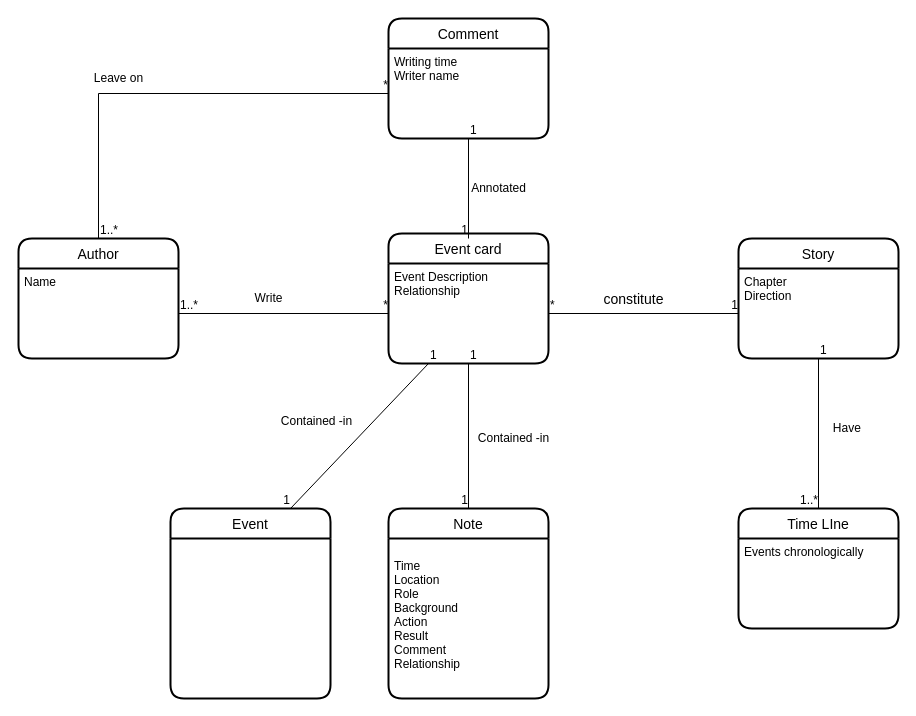
Earlier version of the draw.io diagram Document/Diagram/DomainModel.drawio (Fei-D20/D20_2nd_semester_final_exam_project). Source tidied: cells renumbered, new cells numbered last; positions are measured from the earlier drawing's top-left corner, leaving out a move shared by most shapes. Both pictures are drawn from the tidied source at 100%, with x=0, y=0 at pixel (18, 18).
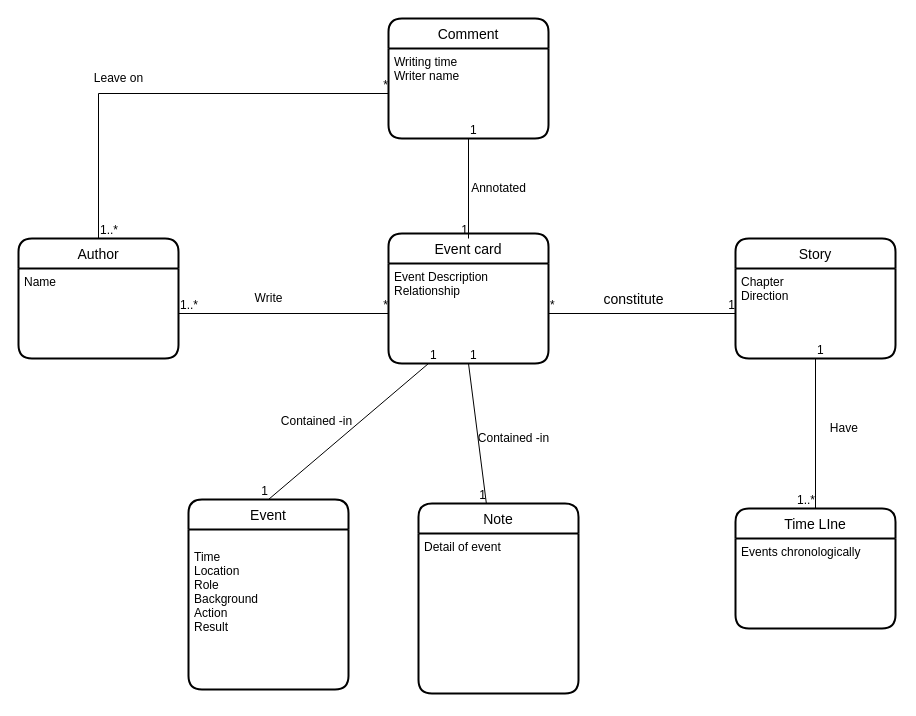
The same diagram, later.

Commit message:
little change about domain model

The change refers to these unchanged cells:
```xml
<mxCell id="5" value="Event Description&#10;Relationship" style="align=left;strokeColor=none;fillColor=none;spacingLeft=4;fontSize=12;verticalAlign=top;" parent="4" vertex="1">
  <mxGeometry y="30" width="160" height="100" as="geometry" />
</mxCell>
```

What changed in the source:
```diff
@@
     <mxCell id="6" value="Story" style="swimlane;horizontal=1;startSize=30;rounded=1;fontSize=14;fontStyle=0;strokeWidth=2;shadow=0;dashed=0;align=center;" parent="1" vertex="1">
-      <mxGeometry x="720" y="220" width="160" height="120" as="geometry" />
+      <mxGeometry x="717" y="220" width="160" height="120" as="geometry" />
     </mxCell>
@@
     <mxCell id="8" value="Note" style="swimlane;horizontal=1;startSize=30;rounded=1;fontSize=14;fontStyle=0;strokeWidth=2;shadow=0;dashed=0;align=center;" parent="1" vertex="1">
-      <mxGeometry x="370" y="490" width="160" height="190" as="geometry" />
+      <mxGeometry x="400" y="485" width="160" height="190" as="geometry" />
     </mxCell>
-    <mxCell id="9" value="&#10;Time&#10;Location&#10;Role&#10;Background&#10;Action&#10;Result&#10;Comment&#10;Relationship" style="align=left;strokeColor=none;fillColor=none;spacingLeft=4;fontSize=12;verticalAlign=top;" parent="8" vertex="1">
+    <mxCell id="9" value="Detail of event" style="align=left;strokeColor=none;fillColor=none;spacingLeft=4;fontSize=12;verticalAlign=top;" parent="8" vertex="1">
       <mxGeometry y="30" width="160" height="160" as="geometry" />
     </mxCell>
     <mxCell id="10" value="Time LIne" style="swimlane;horizontal=1;startSize=30;rounded=1;fontSize=14;fontStyle=0;strokeWidth=2;shadow=0;dashed=0;align=center;" parent="1" vertex="1">
-      <mxGeometry x="720" y="490" width="160" height="120" as="geometry" />
+      <mxGeometry x="717" y="490" width="160" height="120" as="geometry" />
     </mxCell>
@@
     <mxCell id="35" value="Have&amp;nbsp;" style="text;html=1;align=center;verticalAlign=middle;strokeColor=none;" parent="1" vertex="1">
-      <mxGeometry x="805" y="400" width="50" height="20" as="geometry" />
+      <mxGeometry x="802" y="400" width="50" height="20" as="geometry" />
     </mxCell>
@@
-    <mxCell id="38" value="Event" style="swimlane;horizontal=1;startSize=30;rounded=1;fontSize=14;fontStyle=0;strokeWidth=2;shadow=0;dashed=0;align=center;" parent="1" vertex="1">
-      <mxGeometry x="152" y="490" width="160" height="190" as="geometry" />
-    </mxCell>
-    <mxCell id="39" style="endArrow=none;html=1;rounded=0;exitX=0.25;exitY=1;exitDx=0;exitDy=0;entryX=0.75;entryY=0;entryDx=0;entryDy=0;" parent="1" edge="1" source="5" target="38">
+    <mxCell id="39" style="endArrow=none;html=1;rounded=0;exitX=0.25;exitY=1;exitDx=0;exitDy=0;entryX=0.5;entryY=0;entryDx=0;entryDy=0;" parent="1" edge="1" source="5" target="38">
       <mxGeometry relative="1" as="geometry" />
     </mxCell>
@@
+    <mxCell id="38" value="Event" style="swimlane;horizontal=1;startSize=30;rounded=1;fontSize=14;fontStyle=0;strokeWidth=2;shadow=0;dashed=0;align=center;" parent="1" vertex="1">
+      <mxGeometry x="170" y="481" width="160" height="190" as="geometry" />
+    </mxCell>
+    <mxCell id="43" value="&#10;Time&#10;Location&#10;Role&#10;Background&#10;Action&#10;Result&#10;&#10;" style="align=left;strokeColor=none;fillColor=none;spacingLeft=4;fontSize=12;verticalAlign=top;" parent="38" vertex="1">
+      <mxGeometry y="30" width="160" height="160" as="geometry" />
+    </mxCell>
```
